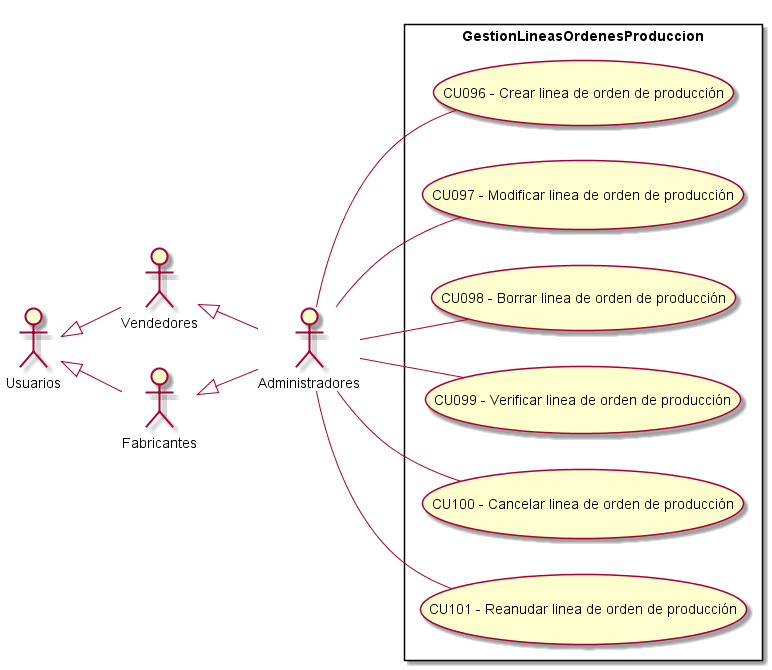
The PlantUML diagram Informe Final/Imagenes/ModeladoDeCasosDeUso/DiagramaDeCasosDeUso/GestionLineasOrdenesProduccion.png in ZMGestion/DocumentacionZMGestion, before a commit.
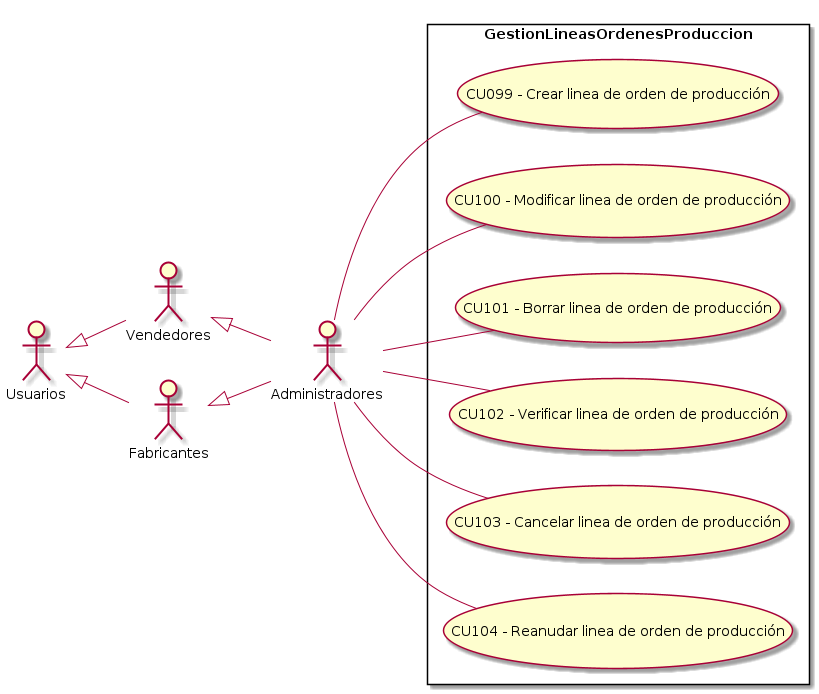
After the change.

Diff of the diagram source:
```diff
@@ -13,12 +13,12 @@
  left to right direction
 
 rectangle GestionLineasOrdenesProduccion{
-    UseCase "CU096 - Crear linea de orden de producción" as C
-    UseCase "CU097 - Modificar linea de orden de producción" as M
-    UseCase "CU098 - Borrar linea de orden de producción" as B
-    UseCase "CU099 - Verificar linea de orden de producción" as Verificar
-    UseCase "CU100 - Cancelar linea de orden de producción" as Cancelar
-    UseCase "CU101 - Reanudar linea de orden de producción" as Reanudar
+    UseCase "CU099 - Crear linea de orden de producción" as C
+    UseCase "CU100 - Modificar linea de orden de producción" as M
+    UseCase "CU101 - Borrar linea de orden de producción" as B
+    UseCase "CU102 - Verificar linea de orden de producción" as Verificar
+    UseCase "CU103 - Cancelar linea de orden de producción" as Cancelar
+    UseCase "CU104 - Reanudar linea de orden de producción" as Reanudar
 }
     Administradores -- C
     Administradores -- Verificar
```
